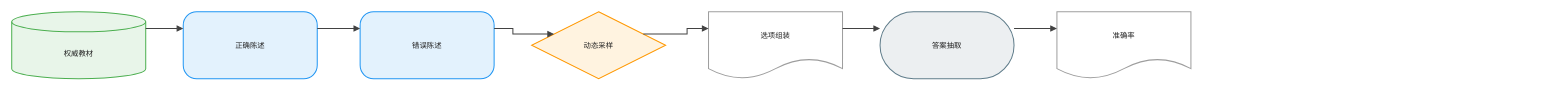
The draw.io diagram client/public/drawio/Encyclo-K/Encyclo-K.zh.drawio in joe1chief/benchmark-hub, before the edit. Source tidied: cells renumbered, new cells numbered last; positions are measured from the earlier drawing's top-left corner, leaving out a move shared by most shapes. Both pictures are drawn from the tidied source at 67%, with x=0, y=0 at pixel (11, 11).
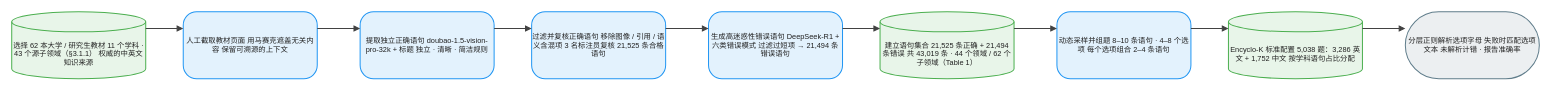
The same diagram, later.

Change to the diagram source:
```diff
@@
 <mxGraphModel background="#FFFFFF">
   <root>
     <mxCell id="0" />
     <mxCell id="1" parent="0" />
-    <mxCell id="2" value="权威教材" style="shape=cylinder3;boundedLbl=1;backgroundOutline=1;size=15;html=1;whiteSpace=wrap;fillColor=#E8F5E9;strokeColor=#4CAF50;strokeWidth=1.5;fontColor=#212121;fontSize=11;fontFamily=Arial, Helvetica, sans-serif;verticalAlign=middle;align=center;" parent="1" vertex="1">
+    <mxCell id="2" value="选择 62 本大学 / 研究生教材 11 个学科 · 43 个源子领域（§3.1.1） 权威的中英文知识来源" style="shape=cylinder3;boundedLbl=1;backgroundOutline=1;size=15;html=1;whiteSpace=wrap;fillColor=#E8F5E9;strokeColor=#4CAF50;strokeWidth=1.5;fontColor=#212121;fontSize=11;fontFamily=Arial, Helvetica, sans-serif;verticalAlign=middle;align=center;" parent="1" vertex="1">
       <mxGeometry width="200" height="100" as="geometry" />
     </mxCell>
-    <mxCell id="3" value="正确陈述" style="rounded=1;arcSize=20;html=1;whiteSpace=wrap;fillColor=#E3F2FD;strokeColor=#2196F3;strokeWidth=1.5;fontColor=#212121;fontSize=11;fontFamily=Arial, Helvetica, sans-serif;verticalAlign=middle;align=center;" parent="1" vertex="1">
+    <mxCell id="3" value="人工截取教材页面 用马赛克遮盖无关内容 保留可溯源的上下文" style="rounded=1;arcSize=20;html=1;whiteSpace=wrap;fillColor=#E3F2FD;strokeColor=#2196F3;strokeWidth=1.5;fontColor=#212121;fontSize=11;fontFamily=Arial, Helvetica, sans-serif;verticalAlign=middle;align=center;" parent="1" vertex="1">
       <mxGeometry x="256" width="200" height="100" as="geometry" />
     </mxCell>
-    <mxCell id="4" value="错误陈述" style="rounded=1;arcSize=20;html=1;whiteSpace=wrap;fillColor=#E3F2FD;strokeColor=#2196F3;strokeWidth=1.5;fontColor=#212121;fontSize=11;fontFamily=Arial, Helvetica, sans-serif;verticalAlign=middle;align=center;" parent="1" vertex="1">
+    <mxCell id="4" value="提取独立正确语句 doubao-1.5-vision-pro-32k + 标题 独立 · 清晰 · 简洁规则" style="rounded=1;arcSize=20;html=1;whiteSpace=wrap;fillColor=#E3F2FD;strokeColor=#2196F3;strokeWidth=1.5;fontColor=#212121;fontSize=11;fontFamily=Arial, Helvetica, sans-serif;verticalAlign=middle;align=center;" parent="1" vertex="1">
       <mxGeometry x="520" width="200" height="100" as="geometry" />
     </mxCell>
-    <mxCell id="5" value="动态采样" style="rhombus;html=1;whiteSpace=wrap;fillColor=#FFF3E0;strokeColor=#FF9800;strokeWidth=1.5;fontColor=#212121;fontSize=11;fontFamily=Arial, Helvetica, sans-serif;verticalAlign=middle;align=center;" parent="1" vertex="1">
+    <mxCell id="5" value="过滤并复核正确语句 移除图像 / 引用 / 语义含混项 3 名标注员复核 21,525 条合格语句" style="rounded=1;arcSize=20;html=1;whiteSpace=wrap;fillColor=#E3F2FD;strokeColor=#2196F3;strokeWidth=1.5;fontColor=#212121;fontSize=11;fontFamily=Arial, Helvetica, sans-serif;verticalAlign=middle;align=center;" parent="1" vertex="1">
       <mxGeometry x="776" width="200" height="100" as="geometry" />
     </mxCell>
-    <mxCell id="6" value="选项组装" style="shape=document;boundedLbl=1;html=1;whiteSpace=wrap;fillColor=#FFFFFF;strokeColor=#9E9E9E;strokeWidth=1.5;fontColor=#212121;fontSize=11;fontFamily=Arial, Helvetica, sans-serif;verticalAlign=middle;align=center;" parent="1" vertex="1">
+    <mxCell id="6" value="生成高迷惑性错误语句 DeepSeek-R1 + 六类错误模式 过滤过短项 → 21,494 条错误语句" style="rounded=1;arcSize=20;html=1;whiteSpace=wrap;fillColor=#E3F2FD;strokeColor=#2196F3;strokeWidth=1.5;fontColor=#212121;fontSize=11;fontFamily=Arial, Helvetica, sans-serif;verticalAlign=middle;align=center;" parent="1" vertex="1">
       <mxGeometry x="1040" width="200" height="100" as="geometry" />
     </mxCell>
-    <mxCell id="7" value="答案抽取" style="rounded=1;arcSize=50;html=1;whiteSpace=wrap;fillColor=#ECEFF1;strokeColor=#607D8B;strokeWidth=1.5;fontColor=#212121;fontSize=11;fontFamily=Arial, Helvetica, sans-serif;verticalAlign=middle;align=center;" parent="1" vertex="1">
+    <mxCell id="7" value="建立语句集合 21,525 条正确 + 21,494 条错误 共 43,019 条 · 44 个领域 / 62 个子领域（Table 1）" style="shape=cylinder3;boundedLbl=1;backgroundOutline=1;size=15;html=1;whiteSpace=wrap;fillColor=#E8F5E9;strokeColor=#4CAF50;strokeWidth=1.5;fontColor=#212121;fontSize=11;fontFamily=Arial, Helvetica, sans-serif;verticalAlign=middle;align=center;" parent="1" vertex="1">
       <mxGeometry x="1296" width="200" height="100" as="geometry" />
     </mxCell>
-    <mxCell id="8" value="准确率" style="shape=document;boundedLbl=1;html=1;whiteSpace=wrap;fillColor=#FFFFFF;strokeColor=#9E9E9E;strokeWidth=1.5;fontColor=#212121;fontSize=11;fontFamily=Arial, Helvetica, sans-serif;verticalAlign=middle;align=center;" parent="1" vertex="1">
+    <mxCell id="8" value="动态采样并组题 8–10 条语句 · 4–8 个选项 每个选项组合 2–4 条语句" style="rounded=1;arcSize=20;html=1;whiteSpace=wrap;fillColor=#E3F2FD;strokeColor=#2196F3;strokeWidth=1.5;fontColor=#212121;fontSize=11;fontFamily=Arial, Helvetica, sans-serif;verticalAlign=middle;align=center;" parent="1" vertex="1">
       <mxGeometry x="1560" width="200" height="100" as="geometry" />
     </mxCell>
-    <mxCell id="9" style="edgeStyle=orthogonalEdgeStyle;rounded=0;jettySize=auto;html=1;strokeColor=#424242;strokeWidth=1.5;endArrow=block;endFill=1;exitX=1;exitY=0.25;exitDx=0;exitDy=0;entryX=0;entryY=0.25;entryDx=0;entryDy=0;jumpStyle=arc;jumpSize=8;" parent="1" edge="1" source="2" target="3">
-      <mxGeometry relative="1" as="geometry" />
+    <mxCell id="9" value="Encyclo-K 标准配置 5,038 题：3,286 英文 + 1,752 中文 按学科语句占比分配" style="shape=cylinder3;boundedLbl=1;backgroundOutline=1;size=15;html=1;whiteSpace=wrap;fillColor=#E8F5E9;strokeColor=#4CAF50;strokeWidth=1.5;fontColor=#212121;fontSize=11;fontFamily=Arial, Helvetica, sans-serif;verticalAlign=middle;align=center;" parent="1" vertex="1">
+      <mxGeometry x="1816" width="200" height="100" as="geometry" />
     </mxCell>
-    <mxCell id="10" style="edgeStyle=orthogonalEdgeStyle;rounded=0;jettySize=auto;html=1;strokeColor=#424242;strokeWidth=1.5;endArrow=block;endFill=1;exitX=1;exitY=0.25;exitDx=0;exitDy=0;entryX=0;entryY=0.25;entryDx=0;entryDy=0;jumpStyle=arc;jumpSize=8;" parent="1" edge="1" source="3" target="4">
-      <mxGeometry relative="1" as="geometry" />
+    <mxCell id="10" value="分层正则解析选项字母 失败时匹配选项文本 未解析计错 · 报告准确率" style="rounded=1;arcSize=50;html=1;whiteSpace=wrap;fillColor=#ECEFF1;strokeColor=#607D8B;strokeWidth=1.5;fontColor=#212121;fontSize=11;fontFamily=Arial, Helvetica, sans-serif;verticalAlign=middle;align=center;" parent="1" vertex="1">
+      <mxGeometry x="2080" width="200" height="100" as="geometry" />
     </mxCell>
-    <mxCell id="11" style="edgeStyle=orthogonalEdgeStyle;rounded=0;jettySize=auto;html=1;strokeColor=#424242;strokeWidth=1.5;endArrow=block;endFill=1;exitX=1;exitY=0.25;exitDx=0;exitDy=0;entryX=0;entryY=0.25;entryDx=0;entryDy=0;jumpStyle=arc;jumpSize=8;" parent="1" edge="1" source="4" target="5">
+    <mxCell id="11" style="edgeStyle=orthogonalEdgeStyle;rounded=0;jettySize=auto;html=1;strokeColor=#424242;strokeWidth=1.5;endArrow=block;endFill=1;exitX=1;exitY=0.25;exitDx=0;exitDy=0;entryX=0;entryY=0.25;entryDx=0;entryDy=0;jumpStyle=arc;jumpSize=8;" parent="1" edge="1" source="2" target="3">
       <mxGeometry relative="1" as="geometry" />
     </mxCell>
-    <mxCell id="12" style="edgeStyle=orthogonalEdgeStyle;rounded=0;jettySize=auto;html=1;strokeColor=#424242;strokeWidth=1.5;endArrow=block;endFill=1;exitX=1;exitY=0.25;exitDx=0;exitDy=0;entryX=0;entryY=0.25;entryDx=0;entryDy=0;jumpStyle=arc;jumpSize=8;" parent="1" edge="1" source="5" target="6">
+    <mxCell id="12" style="edgeStyle=orthogonalEdgeStyle;rounded=0;jettySize=auto;html=1;strokeColor=#424242;strokeWidth=1.5;endArrow=block;endFill=1;exitX=1;exitY=0.25;exitDx=0;exitDy=0;entryX=0;entryY=0.25;entryDx=0;entryDy=0;jumpStyle=arc;jumpSize=8;" parent="1" edge="1" source="3" target="4">
       <mxGeometry relative="1" as="geometry" />
     </mxCell>
-    <mxCell id="13" style="edgeStyle=orthogonalEdgeStyle;rounded=0;jettySize=auto;html=1;strokeColor=#424242;strokeWidth=1.5;endArrow=block;endFill=1;exitX=1;exitY=0.25;exitDx=0;exitDy=0;entryX=0;entryY=0.25;entryDx=0;entryDy=0;jumpStyle=arc;jumpSize=8;" parent="1" edge="1" source="6" target="7">
+    <mxCell id="13" style="edgeStyle=orthogonalEdgeStyle;rounded=0;jettySize=auto;html=1;strokeColor=#424242;strokeWidth=1.5;endArrow=block;endFill=1;exitX=1;exitY=0.25;exitDx=0;exitDy=0;entryX=0;entryY=0.25;entryDx=0;entryDy=0;jumpStyle=arc;jumpSize=8;" parent="1" edge="1" source="4" target="5">
       <mxGeometry relative="1" as="geometry" />
     </mxCell>
-    <mxCell id="14" style="edgeStyle=orthogonalEdgeStyle;rounded=0;jettySize=auto;html=1;strokeColor=#424242;strokeWidth=1.5;endArrow=block;endFill=1;exitX=1;exitY=0.25;exitDx=0;exitDy=0;entryX=0;entryY=0.25;entryDx=0;entryDy=0;jumpStyle=arc;jumpSize=8;" parent="1" edge="1" source="7" target="8">
+    <mxCell id="14" style="edgeStyle=orthogonalEdgeStyle;rounded=0;jettySize=auto;html=1;strokeColor=#424242;strokeWidth=1.5;endArrow=block;endFill=1;exitX=1;exitY=0.25;exitDx=0;exitDy=0;entryX=0;entryY=0.25;entryDx=0;entryDy=0;jumpStyle=arc;jumpSize=8;" parent="1" edge="1" source="5" target="6">
       <mxGeometry relative="1" as="geometry" />
     </mxCell>
+    <mxCell id="15" style="edgeStyle=orthogonalEdgeStyle;rounded=0;jettySize=auto;html=1;strokeColor=#424242;strokeWidth=1.5;endArrow=block;endFill=1;exitX=1;exitY=0.25;exitDx=0;exitDy=0;entryX=0;entryY=0.25;entryDx=0;entryDy=0;jumpStyle=arc;jumpSize=8;" parent="1" edge="1" source="6" target="7">
+      <mxGeometry relative="1" as="geometry" />
+    </mxCell>
+    <mxCell id="16" style="edgeStyle=orthogonalEdgeStyle;rounded=0;jettySize=auto;html=1;strokeColor=#424242;strokeWidth=1.5;endArrow=block;endFill=1;exitX=1;exitY=0.25;exitDx=0;exitDy=0;entryX=0;entryY=0.25;entryDx=0;entryDy=0;jumpStyle=arc;jumpSize=8;" parent="1" edge="1" source="7" target="8">
+      <mxGeometry relative="1" as="geometry" />
+    </mxCell>
+    <mxCell id="17" style="edgeStyle=orthogonalEdgeStyle;rounded=0;jettySize=auto;html=1;strokeColor=#424242;strokeWidth=1.5;endArrow=block;endFill=1;exitX=1;exitY=0.25;exitDx=0;exitDy=0;entryX=0;entryY=0.25;entryDx=0;entryDy=0;jumpStyle=arc;jumpSize=8;" parent="1" edge="1" source="8" target="9">
+      <mxGeometry relative="1" as="geometry" />
+    </mxCell>
+    <mxCell id="18" style="edgeStyle=orthogonalEdgeStyle;rounded=0;jettySize=auto;html=1;strokeColor=#424242;strokeWidth=1.5;endArrow=block;endFill=1;exitX=1;exitY=0.25;exitDx=0;exitDy=0;entryX=0;entryY=0.25;entryDx=0;entryDy=0;jumpStyle=arc;jumpSize=8;" parent="1" edge="1" source="9" target="10">
+      <mxGeometry relative="1" as="geometry" />
+    </mxCell>
   </root>
 </mxGraphModel>
```
